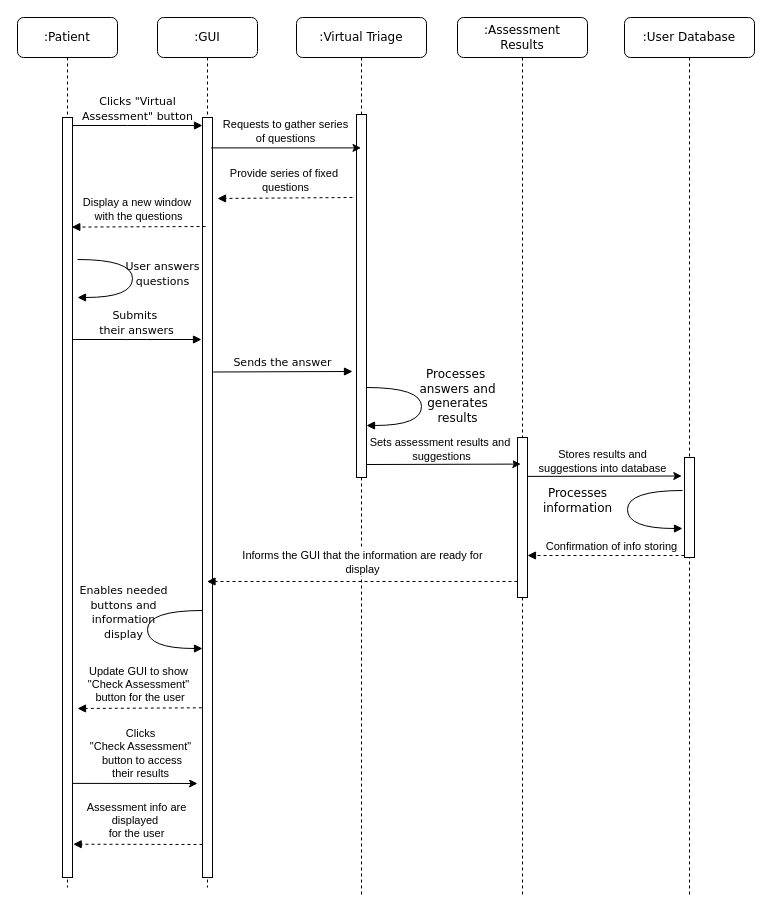
Before: Project Milestone 2/Sequence_2.drawio in SENG-350-2024-fall/Team-6, a draw.io diagram. Source tidied: cells renumbered, new cells numbered last; positions are measured from the earlier drawing's top-left corner, leaving out a move shared by most shapes. Both pictures are drawn from the tidied source at 100%, with x=0, y=0 at pixel (17, 17).
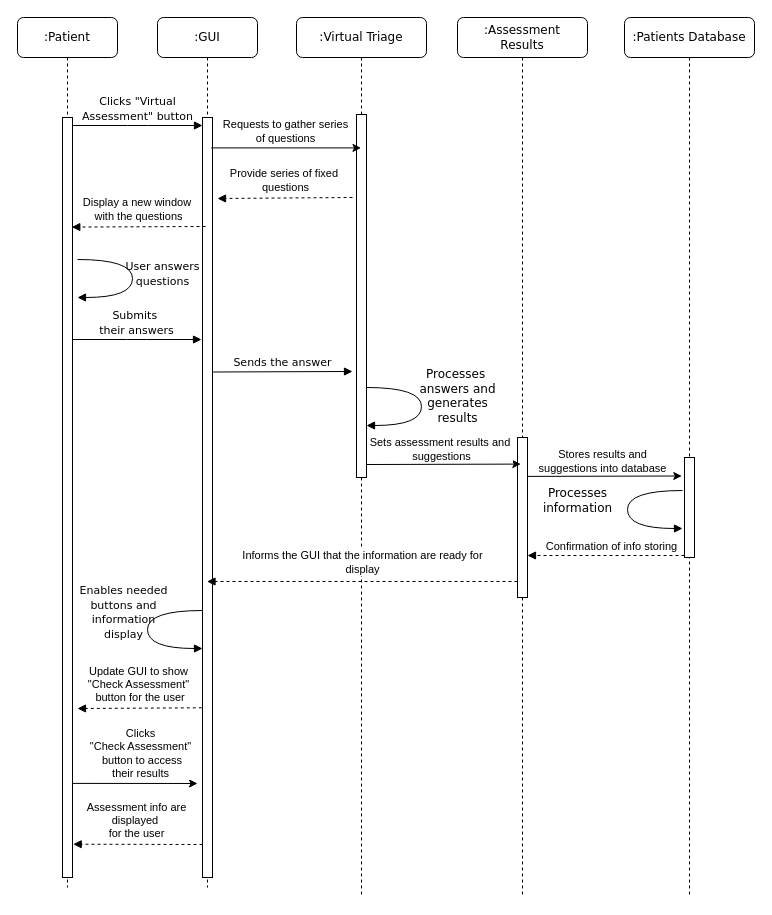
The same diagram, later.

The edit, as a diff of the source:
```diff
@@
-    <mxCell id="13" value=":User Database" style="shape=umlLifeline;perimeter=lifelinePerimeter;whiteSpace=wrap;html=1;rounded=1;shadow=0;comic=0;labelBackgroundColor=none;strokeWidth=1;fontFamily=Verdana;fontSize=12;align=center;" parent="1" vertex="1">
+    <mxCell id="13" value=":Patients Database" style="shape=umlLifeline;perimeter=lifelinePerimeter;whiteSpace=wrap;html=1;rounded=1;shadow=0;comic=0;labelBackgroundColor=none;strokeWidth=1;fontFamily=Verdana;fontSize=12;align=center;" parent="1" vertex="1">
       <mxGeometry x="607" width="130" height="880" as="geometry" />
     </mxCell>
```
